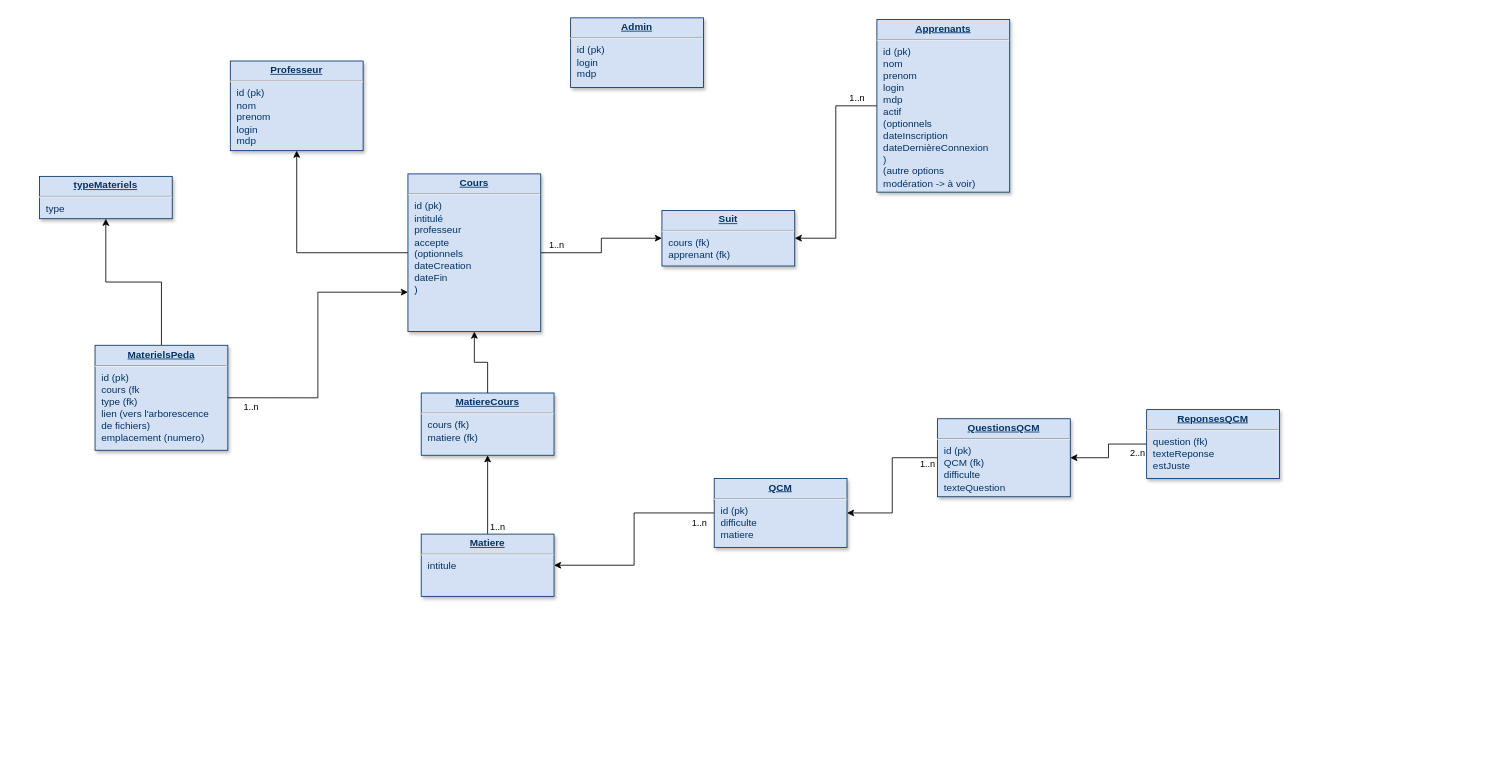
This is docs/BD_diagramme.drawio from Meandres/mokytis, a draw.io file, before an edit. Source tidied: cells renumbered, new cells numbered last; positions are measured from the earlier drawing's top-left corner, leaving out a move shared by most shapes. Both pictures are drawn from the tidied source at 83%, with x=0, y=0 at pixel (39, 17).
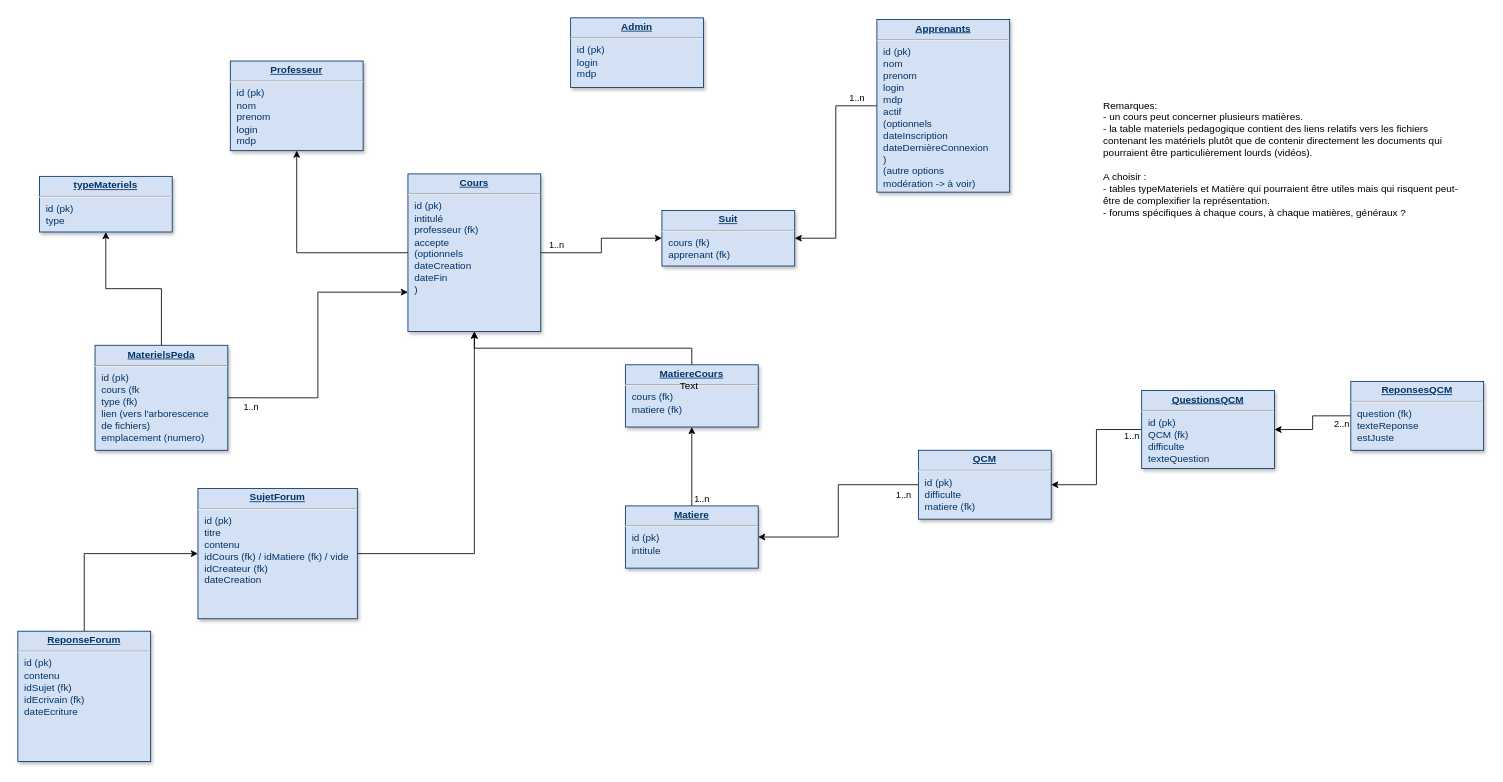
After the change.

Diff of the diagram source:
```diff
@@
-    <mxCell id="8" value="&lt;p style=&quot;margin: 0px ; margin-top: 4px ; text-align: center ; text-decoration: underline&quot;&gt;&lt;strong&gt;Cours&lt;br&gt;&lt;/strong&gt;&lt;/p&gt;&lt;hr&gt;&lt;p style=&quot;margin: 0px ; margin-left: 8px&quot;&gt;id (pk)&lt;br&gt;&lt;/p&gt;&lt;p style=&quot;margin: 0px ; margin-left: 8px&quot;&gt;intitulé&lt;/p&gt;&lt;p style=&quot;margin: 0px ; margin-left: 8px&quot;&gt;professeur&lt;/p&gt;&lt;p style=&quot;margin: 0px ; margin-left: 8px&quot;&gt;accepte&lt;br&gt;&lt;/p&gt;&lt;p style=&quot;margin: 0px ; margin-left: 8px&quot;&gt;(optionnels&lt;/p&gt;&lt;p style=&quot;margin: 0px ; margin-left: 8px&quot;&gt;dateCreation&lt;/p&gt;&lt;p style=&quot;margin: 0px ; margin-left: 8px&quot;&gt;dateFin&lt;br&gt;&lt;/p&gt;&lt;p style=&quot;margin: 0px ; margin-left: 8px&quot;&gt;)&lt;br&gt;&lt;/p&gt;" style="verticalAlign=top;align=left;overflow=fill;fontSize=12;fontFamily=Helvetica;html=1;strokeColor=#003366;shadow=1;fillColor=#D4E1F5;fontColor=#003366;" parent="1" vertex="1">
+    <mxCell id="8" value="&lt;p style=&quot;margin: 0px ; margin-top: 4px ; text-align: center ; text-decoration: underline&quot;&gt;&lt;strong&gt;Cours&lt;br&gt;&lt;/strong&gt;&lt;/p&gt;&lt;hr&gt;&lt;p style=&quot;margin: 0px ; margin-left: 8px&quot;&gt;id (pk)&lt;br&gt;&lt;/p&gt;&lt;p style=&quot;margin: 0px ; margin-left: 8px&quot;&gt;intitulé&lt;/p&gt;&lt;p style=&quot;margin: 0px ; margin-left: 8px&quot;&gt;professeur (fk)&lt;br&gt;&lt;/p&gt;&lt;p style=&quot;margin: 0px ; margin-left: 8px&quot;&gt;accepte&lt;br&gt;&lt;/p&gt;&lt;p style=&quot;margin: 0px ; margin-left: 8px&quot;&gt;(optionnels&lt;/p&gt;&lt;p style=&quot;margin: 0px ; margin-left: 8px&quot;&gt;dateCreation&lt;/p&gt;&lt;p style=&quot;margin: 0px ; margin-left: 8px&quot;&gt;dateFin&lt;br&gt;&lt;/p&gt;&lt;p style=&quot;margin: 0px ; margin-left: 8px&quot;&gt;)&lt;br&gt;&lt;/p&gt;" style="verticalAlign=top;align=left;overflow=fill;fontSize=12;fontFamily=Helvetica;html=1;strokeColor=#003366;shadow=1;fillColor=#D4E1F5;fontColor=#003366;" parent="1" vertex="1">
       <mxGeometry x="444" y="188" width="160" height="190" as="geometry" />
     </mxCell>
@@
     <mxCell id="14" value="&lt;p style=&quot;margin: 0px ; margin-top: 4px ; text-align: center ; text-decoration: underline&quot;&gt;&lt;strong&gt;MatiereCours&lt;br&gt;&lt;/strong&gt;&lt;/p&gt;&lt;hr&gt;&lt;p style=&quot;margin: 0px ; margin-left: 8px&quot;&gt;cours (fk)&lt;/p&gt;&lt;p style=&quot;margin: 0px ; margin-left: 8px&quot;&gt;matiere (fk)&lt;br&gt;&lt;/p&gt;" style="verticalAlign=top;align=left;overflow=fill;fontSize=12;fontFamily=Helvetica;html=1;strokeColor=#003366;shadow=1;fillColor=#D4E1F5;fontColor=#003366;" parent="1" vertex="1">
-      <mxGeometry x="460" y="452" width="160" height="75" as="geometry" />
+      <mxGeometry x="706" y="418" width="160" height="75" as="geometry" />
     </mxCell>
@@
-    <mxCell id="17" value="&lt;p style=&quot;margin: 0px ; margin-top: 4px ; text-align: center ; text-decoration: underline&quot;&gt;&lt;strong&gt;QCM&lt;br&gt;&lt;/strong&gt;&lt;/p&gt;&lt;hr&gt;&lt;p style=&quot;margin: 0px ; margin-left: 8px&quot;&gt;id (pk)&lt;/p&gt;&lt;p style=&quot;margin: 0px ; margin-left: 8px&quot;&gt;difficulte&lt;/p&gt;&lt;p style=&quot;margin: 0px ; margin-left: 8px&quot;&gt;matiere&lt;br&gt;&lt;/p&gt;&lt;p style=&quot;margin: 0px ; margin-left: 8px&quot;&gt;&lt;br&gt;&lt;/p&gt;" style="verticalAlign=top;align=left;overflow=fill;fontSize=12;fontFamily=Helvetica;html=1;strokeColor=#003366;shadow=1;fillColor=#D4E1F5;fontColor=#003366;" parent="1" vertex="1">
-      <mxGeometry x="813" y="555" width="160" height="83" as="geometry" />
+    <mxCell id="17" value="&lt;p style=&quot;margin: 0px ; margin-top: 4px ; text-align: center ; text-decoration: underline&quot;&gt;&lt;strong&gt;QCM&lt;br&gt;&lt;/strong&gt;&lt;/p&gt;&lt;hr&gt;&lt;p style=&quot;margin: 0px ; margin-left: 8px&quot;&gt;id (pk)&lt;/p&gt;&lt;p style=&quot;margin: 0px ; margin-left: 8px&quot;&gt;difficulte&lt;/p&gt;&lt;p style=&quot;margin: 0px ; margin-left: 8px&quot;&gt;matiere (fk)&lt;br&gt;&lt;/p&gt;&lt;p style=&quot;margin: 0px ; margin-left: 8px&quot;&gt;&lt;br&gt;&lt;/p&gt;" style="verticalAlign=top;align=left;overflow=fill;fontSize=12;fontFamily=Helvetica;html=1;strokeColor=#003366;shadow=1;fillColor=#D4E1F5;fontColor=#003366;" parent="1" vertex="1">
+      <mxGeometry x="1059" y="521" width="160" height="83" as="geometry" />
     </mxCell>
@@
     <mxCell id="20" value="&lt;p style=&quot;margin: 0px ; margin-top: 4px ; text-align: center ; text-decoration: underline&quot;&gt;&lt;strong&gt;QuestionsQCM&lt;br&gt;&lt;/strong&gt;&lt;/p&gt;&lt;hr&gt;&lt;p style=&quot;margin: 0px ; margin-left: 8px&quot;&gt;id (pk)&lt;/p&gt;&lt;p style=&quot;margin: 0px ; margin-left: 8px&quot;&gt;QCM (fk)&lt;/p&gt;&lt;p style=&quot;margin: 0px ; margin-left: 8px&quot;&gt;difficulte&lt;/p&gt;&lt;p style=&quot;margin: 0px ; margin-left: 8px&quot;&gt;texteQuestion&lt;br&gt;&lt;/p&gt;&lt;p style=&quot;margin: 0px ; margin-left: 8px&quot;&gt;&lt;br&gt;&lt;/p&gt;" style="verticalAlign=top;align=left;overflow=fill;fontSize=12;fontFamily=Helvetica;html=1;strokeColor=#003366;shadow=1;fillColor=#D4E1F5;fontColor=#003366;" parent="1" vertex="1">
-      <mxGeometry x="1082" y="483" width="160" height="94" as="geometry" />
+      <mxGeometry x="1328" y="449" width="160" height="94" as="geometry" />
     </mxCell>
@@
     <mxCell id="23" value="&lt;p style=&quot;margin: 0px ; margin-top: 4px ; text-align: center ; text-decoration: underline&quot;&gt;&lt;strong&gt;ReponsesQCM&lt;br&gt;&lt;/strong&gt;&lt;/p&gt;&lt;hr&gt;&lt;p style=&quot;margin: 0px ; margin-left: 8px&quot;&gt;question (fk)&lt;br&gt;&lt;/p&gt;&lt;p style=&quot;margin: 0px ; margin-left: 8px&quot;&gt;texteReponse&lt;br&gt;&lt;/p&gt;&lt;p style=&quot;margin: 0px ; margin-left: 8px&quot;&gt;estJuste&lt;br&gt;&lt;/p&gt;&lt;p style=&quot;margin: 0px ; margin-left: 8px&quot;&gt;&lt;br&gt;&lt;/p&gt;" style="verticalAlign=top;align=left;overflow=fill;fontSize=12;fontFamily=Helvetica;html=1;strokeColor=#003366;shadow=1;fillColor=#D4E1F5;fontColor=#003366;" parent="1" vertex="1">
-      <mxGeometry x="1334" y="472" width="160" height="83" as="geometry" />
+      <mxGeometry x="1580" y="438" width="160" height="83" as="geometry" />
     </mxCell>
@@
-    <mxCell id="26" value="&lt;p style=&quot;margin: 0px ; margin-top: 4px ; text-align: center ; text-decoration: underline&quot;&gt;&lt;strong&gt;Matiere&lt;br&gt;&lt;/strong&gt;&lt;/p&gt;&lt;hr&gt;&lt;p style=&quot;margin: 0px ; margin-left: 8px&quot;&gt;intitule&lt;br&gt;&lt;/p&gt;" style="verticalAlign=top;align=left;overflow=fill;fontSize=12;fontFamily=Helvetica;html=1;strokeColor=#003366;shadow=1;fillColor=#D4E1F5;fontColor=#003366;" parent="1" vertex="1">
-      <mxGeometry x="460" y="622" width="160" height="75" as="geometry" />
+    <mxCell id="26" value="&lt;p style=&quot;margin: 0px ; margin-top: 4px ; text-align: center ; text-decoration: underline&quot;&gt;&lt;strong&gt;Matiere&lt;br&gt;&lt;/strong&gt;&lt;/p&gt;&lt;hr&gt;&lt;p style=&quot;margin: 0px ; margin-left: 8px&quot;&gt;id (pk)&lt;br&gt;&lt;/p&gt;&lt;p style=&quot;margin: 0px ; margin-left: 8px&quot;&gt;intitule&lt;br&gt;&lt;/p&gt;" style="verticalAlign=top;align=left;overflow=fill;fontSize=12;fontFamily=Helvetica;html=1;strokeColor=#003366;shadow=1;fillColor=#D4E1F5;fontColor=#003366;" parent="1" vertex="1">
+      <mxGeometry x="706" y="588" width="160" height="75" as="geometry" />
     </mxCell>
@@
-    <mxCell id="31" value="&lt;p style=&quot;margin: 0px ; margin-top: 4px ; text-align: center ; text-decoration: underline&quot;&gt;&lt;strong&gt;typeMateriels&lt;br&gt;&lt;/strong&gt;&lt;/p&gt;&lt;hr&gt;&lt;p style=&quot;margin: 0px ; margin-left: 8px&quot;&gt;type&lt;br&gt;&lt;/p&gt;&lt;p style=&quot;margin: 0px ; margin-left: 8px&quot;&gt;&lt;br&gt;&lt;/p&gt;" style="verticalAlign=top;align=left;overflow=fill;fontSize=12;fontFamily=Helvetica;html=1;strokeColor=#003366;shadow=1;fillColor=#D4E1F5;fontColor=#003366;" parent="1" vertex="1">
-      <mxGeometry y="191" width="160" height="51" as="geometry" />
+    <mxCell id="31" value="&lt;p style=&quot;margin: 0px ; margin-top: 4px ; text-align: center ; text-decoration: underline&quot;&gt;&lt;strong&gt;typeMateriels&lt;br&gt;&lt;/strong&gt;&lt;/p&gt;&lt;hr&gt;&lt;p style=&quot;margin: 0px ; margin-left: 8px&quot;&gt;id (pk)&lt;br&gt;&lt;/p&gt;&lt;p style=&quot;margin: 0px ; margin-left: 8px&quot;&gt;type&lt;br&gt;&lt;/p&gt;&lt;p style=&quot;margin: 0px ; margin-left: 8px&quot;&gt;&lt;br&gt;&lt;/p&gt;" style="verticalAlign=top;align=left;overflow=fill;fontSize=12;fontFamily=Helvetica;html=1;strokeColor=#003366;shadow=1;fillColor=#D4E1F5;fontColor=#003366;" parent="1" vertex="1">
+      <mxGeometry y="191" width="160" height="67" as="geometry" />
     </mxCell>
+    <mxCell id="32" style="edgeStyle=orthogonalEdgeStyle;rounded=0;jettySize=auto;html=1;exitX=1;exitY=0.5;exitDx=0;exitDy=0;entryX=0.5;entryY=1;entryDx=0;entryDy=0;" parent="1" edge="1" source="33" target="8">
+      <mxGeometry relative="1" as="geometry">
+        <Array as="points">
+          <mxPoint x="524" y="646" />
+        </Array>
+      </mxGeometry>
+    </mxCell>
+    <mxCell id="33" value="&lt;p style=&quot;margin: 0px ; margin-top: 4px ; text-align: center ; text-decoration: underline&quot;&gt;&lt;strong&gt;SujetForum&lt;br&gt;&lt;/strong&gt;&lt;/p&gt;&lt;hr&gt;&lt;p style=&quot;margin: 0px ; margin-left: 8px&quot;&gt;id (pk)&lt;br&gt;&lt;/p&gt;&lt;p style=&quot;margin: 0px ; margin-left: 8px&quot;&gt;titre&lt;/p&gt;&lt;p style=&quot;margin: 0px ; margin-left: 8px&quot;&gt;contenu&lt;/p&gt;&lt;p style=&quot;margin: 0px ; margin-left: 8px&quot;&gt;idCours (fk) / idMatiere (fk) / vide&lt;br&gt;&lt;/p&gt;&lt;p style=&quot;margin: 0px ; margin-left: 8px&quot;&gt;idCreateur (fk)&lt;br&gt;&lt;/p&gt;&lt;p style=&quot;margin: 0px ; margin-left: 8px&quot;&gt;dateCreation&lt;br&gt;&lt;/p&gt;&lt;p style=&quot;margin: 0px ; margin-left: 8px&quot;&gt;&lt;br&gt;&lt;/p&gt;" style="verticalAlign=top;align=left;overflow=fill;fontSize=12;fontFamily=Helvetica;html=1;strokeColor=#003366;shadow=1;fillColor=#D4E1F5;fontColor=#003366;" parent="1" vertex="1">
+      <mxGeometry x="191" y="567" width="192" height="157" as="geometry" />
+    </mxCell>
+    <mxCell id="34" style="edgeStyle=orthogonalEdgeStyle;rounded=0;jettySize=auto;html=1;exitX=0.5;exitY=0;exitDx=0;exitDy=0;entryX=0;entryY=0.5;entryDx=0;entryDy=0;" parent="1" edge="1" source="35" target="33">
+      <mxGeometry relative="1" as="geometry" />
+    </mxCell>
+    <mxCell id="35" value="&lt;p style=&quot;margin: 0px ; margin-top: 4px ; text-align: center ; text-decoration: underline&quot;&gt;&lt;strong&gt;ReponseForum&lt;br&gt;&lt;/strong&gt;&lt;/p&gt;&lt;hr&gt;&lt;p style=&quot;margin: 0px ; margin-left: 8px&quot;&gt;id (pk)&lt;br&gt;&lt;/p&gt;&lt;p style=&quot;margin: 0px ; margin-left: 8px&quot;&gt;contenu&lt;/p&gt;&lt;p style=&quot;margin: 0px ; margin-left: 8px&quot;&gt;idSujet (fk)&lt;br&gt;&lt;/p&gt;&lt;p style=&quot;margin: 0px ; margin-left: 8px&quot;&gt;idEcrivain (fk)&lt;br&gt;&lt;/p&gt;&lt;p style=&quot;margin: 0px ; margin-left: 8px&quot;&gt;dateEcriture&lt;br&gt;&lt;/p&gt;&lt;p style=&quot;margin: 0px ; margin-left: 8px&quot;&gt;&lt;br&gt;&lt;/p&gt;" style="verticalAlign=top;align=left;overflow=fill;fontSize=12;fontFamily=Helvetica;html=1;strokeColor=#003366;shadow=1;fillColor=#D4E1F5;fontColor=#003366;" parent="1" vertex="1">
+      <mxGeometry x="-26" y="739" width="160" height="157" as="geometry" />
+    </mxCell>
+    <mxCell id="36" value="Text" style="text;html=1;strokeColor=none;fillColor=none;align=center;verticalAlign=middle;whiteSpace=wrap;rounded=0;" parent="1" vertex="1">
+      <mxGeometry x="763" y="434" width="40" height="20" as="geometry" />
+    </mxCell>
+    <mxCell id="37" value="&lt;div align=&quot;left&quot;&gt;Remarques:&lt;/div&gt;&lt;div align=&quot;left&quot;&gt;- un cours peut concerner plusieurs matières.&lt;/div&gt;&lt;div align=&quot;left&quot;&gt;- la table materiels pedagogique contient des liens relatifs vers les fichiers contenant les matériels plutôt que de contenir directement les documents qui pourraient être particulièrement lourds (vidéos).&lt;/div&gt;&lt;div align=&quot;left&quot;&gt;&lt;br&gt;&lt;/div&gt;&lt;div align=&quot;left&quot;&gt;A choisir :&lt;/div&gt;&lt;div align=&quot;left&quot;&gt;- tables typeMateriels et Matière qui pourraient être utiles mais qui risquent peut-être de complexifier la représentation.&lt;/div&gt;&lt;div align=&quot;left&quot;&gt;- forums spécifiques à chaque cours, à chaque matières, généraux ?&lt;br&gt;&lt;/div&gt;" style="text;html=1;strokeColor=none;fillColor=none;align=left;verticalAlign=middle;whiteSpace=wrap;rounded=0;labelPosition=center;verticalLabelPosition=middle;" parent="1" vertex="1">
+      <mxGeometry x="1280" y="20" width="437" height="300" as="geometry" />
+    </mxCell>
```
